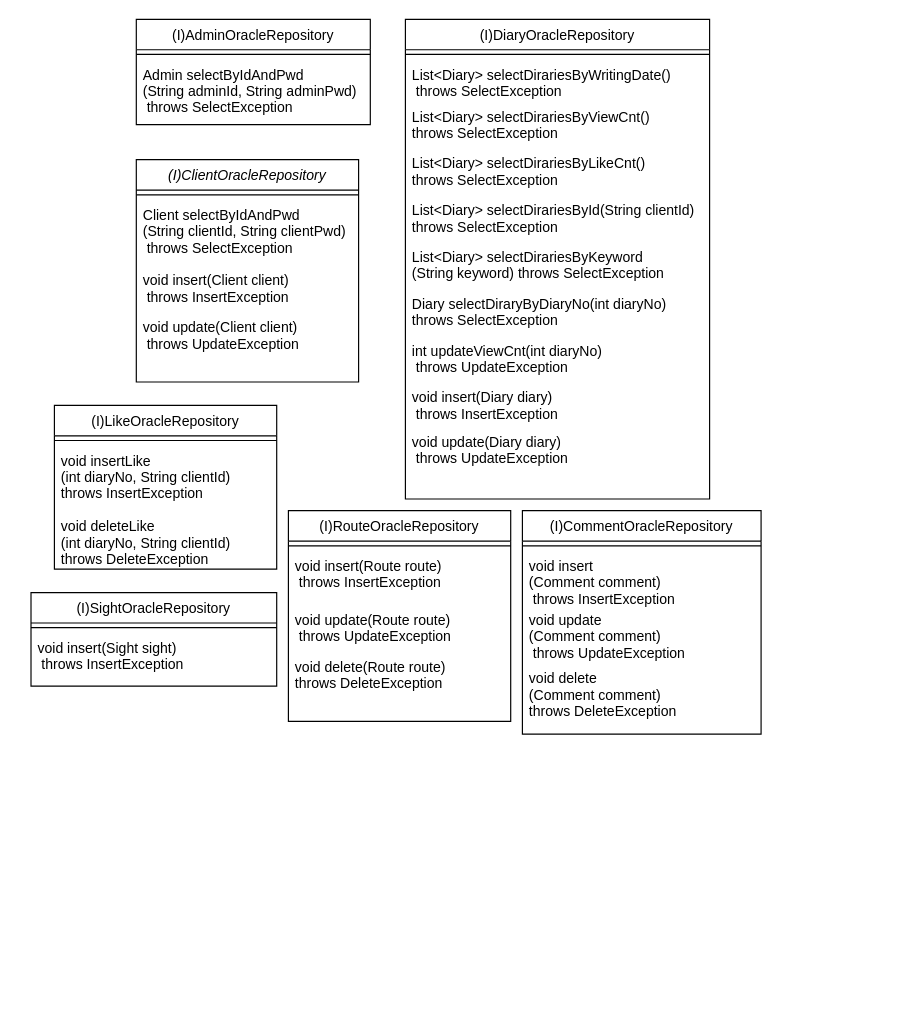
Earlier version of the draw.io diagram document/repository_class_diagram.drawio (RouteDiary/route-diary). Source tidied: cells renumbered, new cells numbered last; positions are measured from the earlier drawing's top-left corner, leaving out a move shared by most shapes. Both pictures are drawn from the tidied source at 117%, with x=0, y=0 at pixel (30, 19).
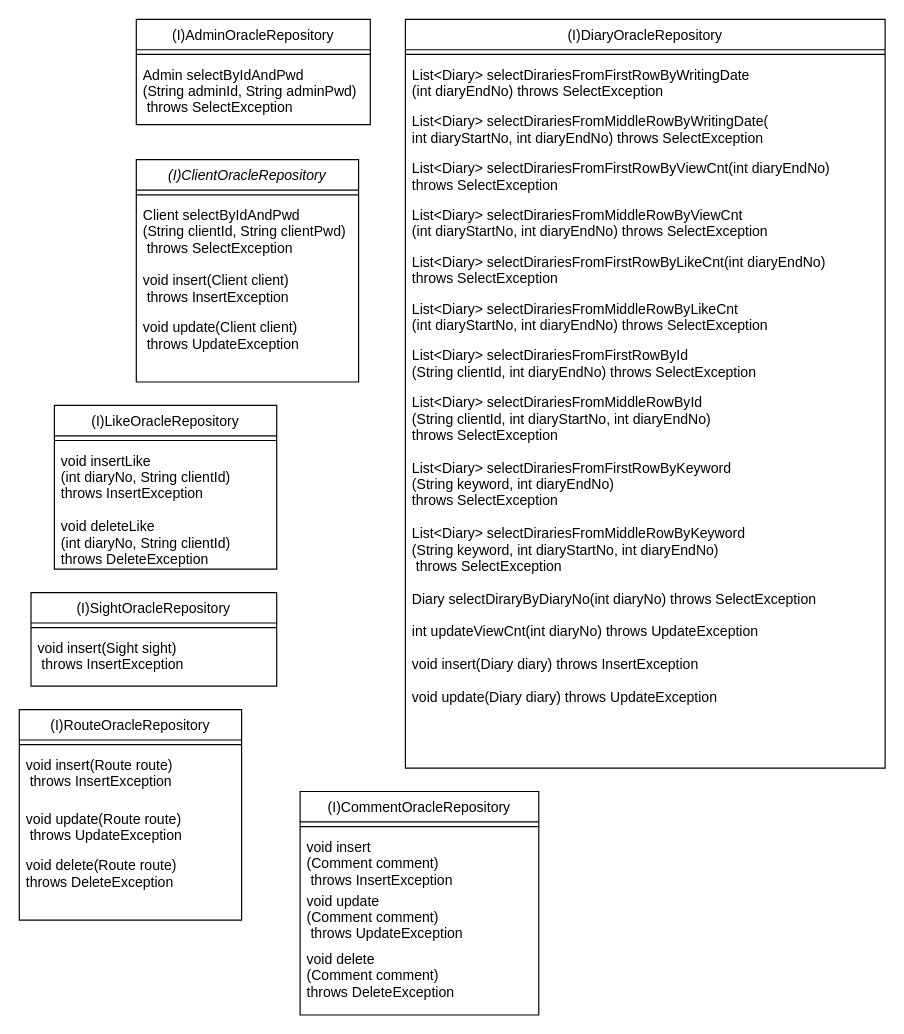
The same page after the edit.

The edit, as a diff of the source:
```diff
@@
     <mxCell id="7" value="(I)DiaryOracleRepository" style="swimlane;fontStyle=0;align=center;verticalAlign=top;horizontal=1;startSize=26;rounded=0;shadow=0;strokeWidth=1;" parent="1" vertex="1">
-      <mxGeometry x="320" width="260" height="410" as="geometry" />
+      <mxGeometry x="320" width="410" height="640" as="geometry" />
     </mxCell>
     <mxCell id="8" style="line;html=1;strokeWidth=1;align=left;verticalAlign=middle;spacingTop=-1;spacingLeft=3;spacingRight=3;labelPosition=right;" parent="7" vertex="1">
-      <mxGeometry y="26" width="260" height="8" as="geometry" />
+      <mxGeometry y="26" width="410" height="8" as="geometry" />
     </mxCell>
-    <mxCell id="9" value="List&lt;Diary&gt; selectDirariesByWritingDate()&#10; throws SelectException" style="text;align=left;verticalAlign=top;spacingLeft=4;spacingRight=4;overflow=hidden;" parent="7" vertex="1">
-      <mxGeometry y="34" width="260" height="36" as="geometry" />
-    </mxCell>
-    <mxCell id="10" value="List&lt;Diary&gt; selectDirariesByViewCnt() &#10;throws SelectException" style="text;align=left;verticalAlign=top;spacingLeft=4;spacingRight=4;overflow=hidden;" parent="7" vertex="1">
-      <mxGeometry y="70" width="260" height="40" as="geometry" />
-    </mxCell>
-    <mxCell id="11" value="List&lt;Diary&gt; selectDirariesByLikeCnt() &#10;throws SelectException" style="text;align=left;verticalAlign=top;spacingLeft=4;spacingRight=4;overflow=hidden;" parent="7" vertex="1">
-      <mxGeometry y="110" width="260" height="40" as="geometry" />
+    <mxCell id="11" value="List&lt;Diary&gt; selectDirariesFromFirstRowByWritingDate&#10;(int diaryEndNo) throws SelectException" style="text;align=left;verticalAlign=top;spacingLeft=4;spacingRight=4;overflow=hidden;" parent="7" vertex="1">
+      <mxGeometry y="34" width="410" height="40" as="geometry" />
     </mxCell>
-    <mxCell id="12" value="List&lt;Diary&gt; selectDirariesById(String clientId) &#10;throws SelectException" style="text;align=left;verticalAlign=top;spacingLeft=4;spacingRight=4;overflow=hidden;" parent="7" vertex="1">
-      <mxGeometry y="150" width="260" height="40" as="geometry" />
-    </mxCell>
-    <mxCell id="13" value="List&lt;Diary&gt; selectDirariesByKeyword&#10;(String keyword) throws SelectException" style="text;align=left;verticalAlign=top;spacingLeft=4;spacingRight=4;overflow=hidden;" parent="7" vertex="1">
-      <mxGeometry y="190" width="260" height="40" as="geometry" />
-    </mxCell>
+    <mxCell id="38" value="List&lt;Diary&gt; selectDirariesFromMiddleRowByWritingDate(&#10;int diaryStartNo, int diaryEndNo) throws SelectException" style="text;align=left;verticalAlign=top;spacingLeft=4;spacingRight=4;overflow=hidden;" parent="7" vertex="1">
+      <mxGeometry y="74" width="410" height="40" as="geometry" />
+    </mxCell>
+    <mxCell id="39" value="List&lt;Diary&gt; selectDirariesFromFirstRowByViewCnt(int diaryEndNo) &#10;throws SelectException" style="text;align=left;verticalAlign=top;spacingLeft=4;spacingRight=4;overflow=hidden;" parent="7" vertex="1">
+      <mxGeometry y="114" width="410" height="40" as="geometry" />
+    </mxCell>
+    <mxCell id="40" value="List&lt;Diary&gt; selectDirariesFromMiddleRowByViewCnt&#10;(int diaryStartNo, int diaryEndNo) throws SelectException" style="text;align=left;verticalAlign=top;spacingLeft=4;spacingRight=4;overflow=hidden;" parent="7" vertex="1">
+      <mxGeometry y="154" width="410" height="40" as="geometry" />
+    </mxCell>
+    <mxCell id="41" value="List&lt;Diary&gt; selectDirariesFromFirstRowByLikeCnt(int diaryEndNo) &#10;throws SelectException" style="text;align=left;verticalAlign=top;spacingLeft=4;spacingRight=4;overflow=hidden;" parent="7" vertex="1">
+      <mxGeometry y="194" width="410" height="40" as="geometry" />
+    </mxCell>
+    <mxCell id="42" value="List&lt;Diary&gt; selectDirariesFromMiddleRowByLikeCnt&#10;(int diaryStartNo, int diaryEndNo) throws SelectException" style="text;align=left;verticalAlign=top;spacingLeft=4;spacingRight=4;overflow=hidden;" parent="7" vertex="1">
+      <mxGeometry y="234" width="410" height="40" as="geometry" />
+    </mxCell>
+    <mxCell id="43" value="List&lt;Diary&gt; selectDirariesFromFirstRowById&#10;(String clientId, int diaryEndNo) throws SelectException" style="text;align=left;verticalAlign=top;spacingLeft=4;spacingRight=4;overflow=hidden;" parent="7" vertex="1">
+      <mxGeometry y="274" width="410" height="40" as="geometry" />
+    </mxCell>
+    <mxCell id="44" value="List&lt;Diary&gt; selectDirariesFromMiddleRowById&#10;(String clientId, int diaryStartNo, int diaryEndNo)&#10;throws SelectException" style="text;align=left;verticalAlign=top;spacingLeft=4;spacingRight=4;overflow=hidden;" parent="7" vertex="1">
+      <mxGeometry y="314" width="410" height="56" as="geometry" />
+    </mxCell>
+    <mxCell id="45" value="List&lt;Diary&gt; selectDirariesFromFirstRowByKeyword&#10;(String keyword, int diaryEndNo)&#10;throws SelectException" style="text;align=left;verticalAlign=top;spacingLeft=4;spacingRight=4;overflow=hidden;" parent="7" vertex="1">
+      <mxGeometry y="370" width="410" height="56" as="geometry" />
+    </mxCell>
+    <mxCell id="46" value="List&lt;Diary&gt; selectDirariesFromMiddleRowByKeyword&#10;(String keyword, int diaryStartNo, int diaryEndNo)&#10; throws SelectException" style="text;align=left;verticalAlign=top;spacingLeft=4;spacingRight=4;overflow=hidden;" parent="7" vertex="1">
+      <mxGeometry y="426" width="410" height="56" as="geometry" />
+    </mxCell>
-    <mxCell id="14" value="Diary selectDiraryByDiaryNo(int diaryNo) &#10;throws SelectException" style="text;align=left;verticalAlign=top;spacingLeft=4;spacingRight=4;overflow=hidden;" parent="7" vertex="1">
-      <mxGeometry y="230" width="260" height="40" as="geometry" />
+    <mxCell id="14" value="Diary selectDiraryByDiaryNo(int diaryNo) throws SelectException" style="text;align=left;verticalAlign=top;spacingLeft=4;spacingRight=4;overflow=hidden;" parent="7" vertex="1">
+      <mxGeometry y="482" width="410" height="28" as="geometry" />
     </mxCell>
-    <mxCell id="15" value="int updateViewCnt(int diaryNo)&#10; throws UpdateException&#10;" style="text;align=left;verticalAlign=top;spacingLeft=4;spacingRight=4;overflow=hidden;" parent="7" vertex="1">
-      <mxGeometry y="270" width="260" height="40" as="geometry" />
+    <mxCell id="15" value="int updateViewCnt(int diaryNo) throws UpdateException" style="text;align=left;verticalAlign=top;spacingLeft=4;spacingRight=4;overflow=hidden;" parent="7" vertex="1">
+      <mxGeometry y="510" width="410" height="28" as="geometry" />
     </mxCell>
-    <mxCell id="16" value="void insert(Diary diary)&#10; throws InsertException&#10;" style="text;align=left;verticalAlign=top;spacingLeft=4;spacingRight=4;overflow=hidden;" parent="7" vertex="1">
-      <mxGeometry y="310" width="260" height="38" as="geometry" />
+    <mxCell id="16" value="void insert(Diary diary) throws InsertException" style="text;align=left;verticalAlign=top;spacingLeft=4;spacingRight=4;overflow=hidden;" parent="7" vertex="1">
+      <mxGeometry y="538" width="410" height="28" as="geometry" />
     </mxCell>
-    <mxCell id="17" value="void update(Diary diary)&#10; throws UpdateException&#10;" style="text;align=left;verticalAlign=top;spacingLeft=4;spacingRight=4;overflow=hidden;" parent="7" vertex="1">
-      <mxGeometry y="348" width="260" height="42" as="geometry" />
+    <mxCell id="17" value="void update(Diary diary) throws UpdateException" style="text;align=left;verticalAlign=top;spacingLeft=4;spacingRight=4;overflow=hidden;" parent="7" vertex="1">
+      <mxGeometry y="566" width="410" height="28" as="geometry" />
     </mxCell>
@@
     <mxCell id="21" value="(I)CommentOracleRepository" style="swimlane;fontStyle=0;align=center;verticalAlign=top;horizontal=1;startSize=26;rounded=0;shadow=0;strokeWidth=1;" parent="1" vertex="1">
-      <mxGeometry x="420" y="420" width="204" height="191" as="geometry" />
+      <mxGeometry x="230" y="660" width="204" height="191" as="geometry" />
     </mxCell>
@@
     <mxCell id="30" value="(I)RouteOracleRepository" style="swimlane;fontStyle=0;align=center;verticalAlign=top;horizontal=1;startSize=26;rounded=0;shadow=0;strokeWidth=1;" parent="1" vertex="1">
-      <mxGeometry x="220" y="420" width="190" height="180" as="geometry" />
+      <mxGeometry x="-10" y="590" width="190" height="180" as="geometry" />
     </mxCell>
```
